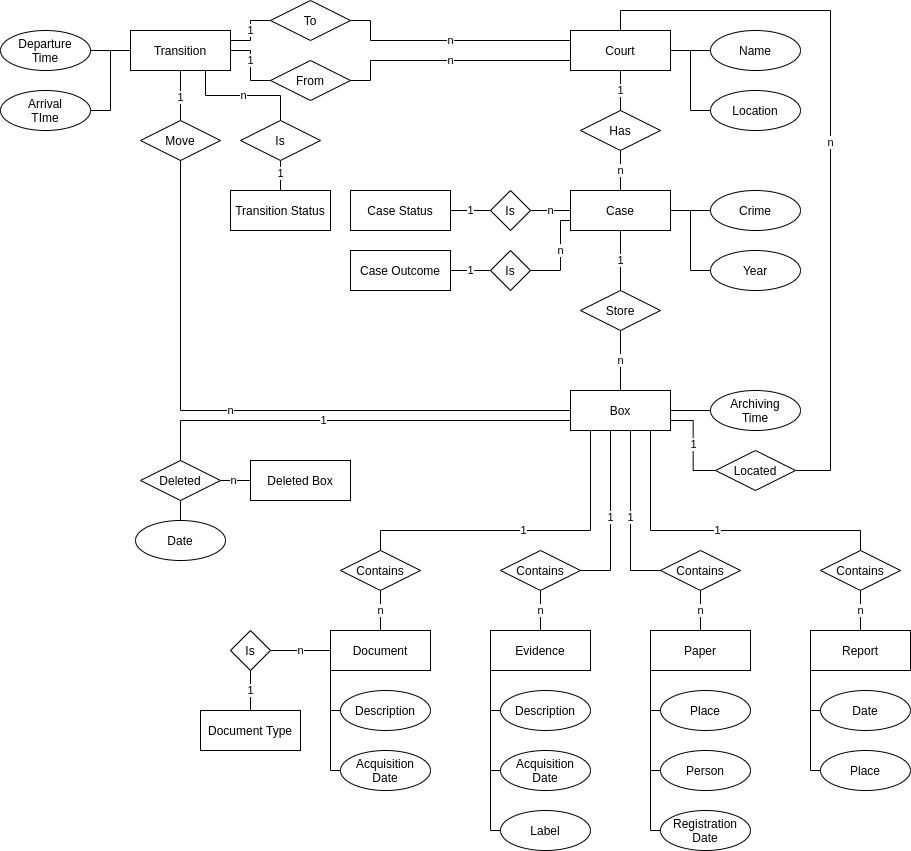
PietroJominiITIS/elaborato-esame-2021 keeps this draw.io diagram as docs/images/er.png. Above is the earlier version. Source tidied: cells renumbered, new cells last; positions are measured from the earlier drawing's top-left corner, leaving out a move shared by most shapes.
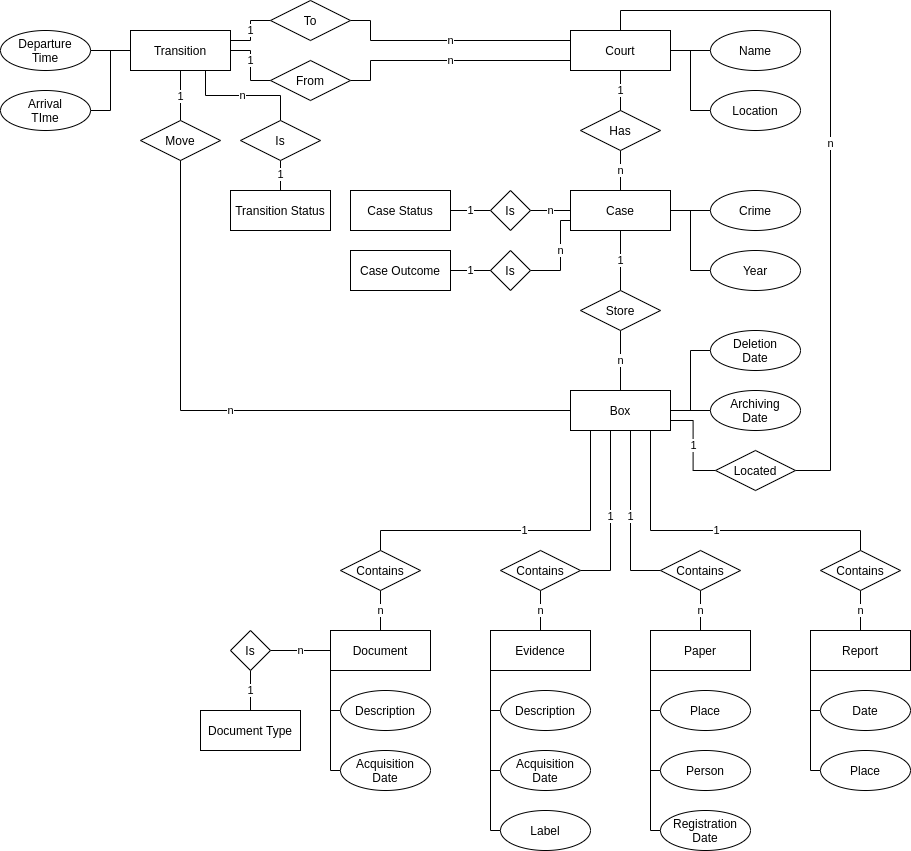
After the change.

Diff of the diagram source:
```diff
@@ -66,17 +66,18 @@
         </Array>
       </mxGeometry>
     </mxCell>
-    <mxCell id="16" value="1" style="edgeStyle=orthogonalEdgeStyle;rounded=0;jettySize=auto;html=1;exitX=0;exitY=0.75;exitDx=0;exitDy=0;entryX=0.5;entryY=0;entryDx=0;entryDy=0;endArrow=none;endFill=0;" parent="1" edge="1" source="18" target="72">
-      <mxGeometry relative="1" as="geometry">
-        <Array as="points">
-          <mxPoint x="180" y="420" />
-          <mxPoint x="180" y="490" />
-        </Array>
-      </mxGeometry>
-    </mxCell>
     <mxCell id="17" value="1" style="edgeStyle=orthogonalEdgeStyle;rounded=0;jettySize=auto;html=1;exitX=1;exitY=0.75;exitDx=0;exitDy=0;entryX=0;entryY=0.5;entryDx=0;entryDy=0;endArrow=none;endFill=0;" parent="1" edge="1" source="18" target="77">
       <mxGeometry relative="1" as="geometry" />
     </mxCell>
+    <mxCell id="96" style="edgeStyle=orthogonalEdgeStyle;rounded=0;jettySize=auto;html=1;exitX=1;exitY=0.25;exitDx=0;exitDy=0;entryX=0;entryY=0.5;entryDx=0;entryDy=0;endArrow=none;endFill=0;" parent="1" edge="1" source="18" target="71">
+      <mxGeometry relative="1" as="geometry">
+        <Array as="points">
+          <mxPoint x="670" y="410" />
+          <mxPoint x="690" y="410" />
+          <mxPoint x="690" y="350" />
+        </Array>
+      </mxGeometry>
+    </mxCell>
     <mxCell id="18" value="Box" style="whiteSpace=wrap;html=1;align=center;" parent="1" vertex="1">
       <mxGeometry x="570" y="390" width="100" height="40" as="geometry" />
     </mxCell>
@@ -250,7 +251,7 @@
     <mxCell id="61" style="edgeStyle=orthogonalEdgeStyle;rounded=0;jettySize=auto;html=1;entryX=1;entryY=0.5;entryDx=0;entryDy=0;endArrow=none;endFill=0;" parent="1" edge="1" source="62" target="18">
       <mxGeometry relative="1" as="geometry" />
     </mxCell>
-    <mxCell id="62" value="Archiving&lt;br&gt;Time" style="ellipse;whiteSpace=wrap;html=1;align=center;" parent="1" vertex="1">
+    <mxCell id="62" value="Archiving&lt;br&gt;Date" style="ellipse;whiteSpace=wrap;html=1;align=center;" parent="1" vertex="1">
       <mxGeometry x="710" y="390" width="90" height="40" as="geometry" />
     </mxCell>
     <mxCell id="63" value="Transition Status" style="whiteSpace=wrap;html=1;align=center;" parent="1" vertex="1">
@@ -274,18 +275,6 @@
     <mxCell id="69" value="Case Outcome" style="whiteSpace=wrap;html=1;align=center;" parent="1" vertex="1">
       <mxGeometry x="350" y="250" width="100" height="40" as="geometry" />
     </mxCell>
-    <mxCell id="70" style="edgeStyle=orthogonalEdgeStyle;rounded=0;jettySize=auto;html=1;endArrow=none;endFill=0;" parent="1" edge="1" source="72" target="73">
-      <mxGeometry relative="1" as="geometry" />
-    </mxCell>
-    <mxCell id="71" value="n" style="edgeStyle=orthogonalEdgeStyle;rounded=0;jettySize=auto;html=1;endArrow=none;endFill=0;" parent="1" edge="1" source="72" target="95">
-      <mxGeometry relative="1" as="geometry" />
-    </mxCell>
-    <mxCell id="72" value="Deleted" style="shape=rhombus;perimeter=rhombusPerimeter;whiteSpace=wrap;html=1;align=center;" parent="1" vertex="1">
-      <mxGeometry x="140" y="460" width="80" height="40" as="geometry" />
-    </mxCell>
-    <mxCell id="73" value="Date" style="ellipse;whiteSpace=wrap;html=1;align=center;" parent="1" vertex="1">
-      <mxGeometry x="135" y="520" width="90" height="40" as="geometry" />
-    </mxCell>
     <mxCell id="74" style="edgeStyle=orthogonalEdgeStyle;rounded=0;jettySize=auto;html=1;endArrow=none;endFill=0;" parent="1" edge="1" source="75">
       <mxGeometry relative="1" as="geometry">
         <mxPoint x="690" y="50" as="targetPoint" />
@@ -387,8 +376,8 @@
     <mxCell id="94" value="Is" style="shape=rhombus;perimeter=rhombusPerimeter;whiteSpace=wrap;html=1;align=center;" parent="1" vertex="1">
       <mxGeometry x="240" y="120" width="80" height="40" as="geometry" />
     </mxCell>
-    <mxCell id="95" value="Deleted Box" style="whiteSpace=wrap;html=1;align=center;" parent="1" vertex="1">
-      <mxGeometry x="250" y="460" width="100" height="40" as="geometry" />
-    </mxCell>
+    <mxCell id="71" value="Deletion&lt;br&gt;Date" style="ellipse;whiteSpace=wrap;html=1;align=center;" parent="1" vertex="1">
+      <mxGeometry x="710" y="330" width="90" height="40" as="geometry" />
+    </mxCell>
   </root>
 </mxGraphModel>
```
